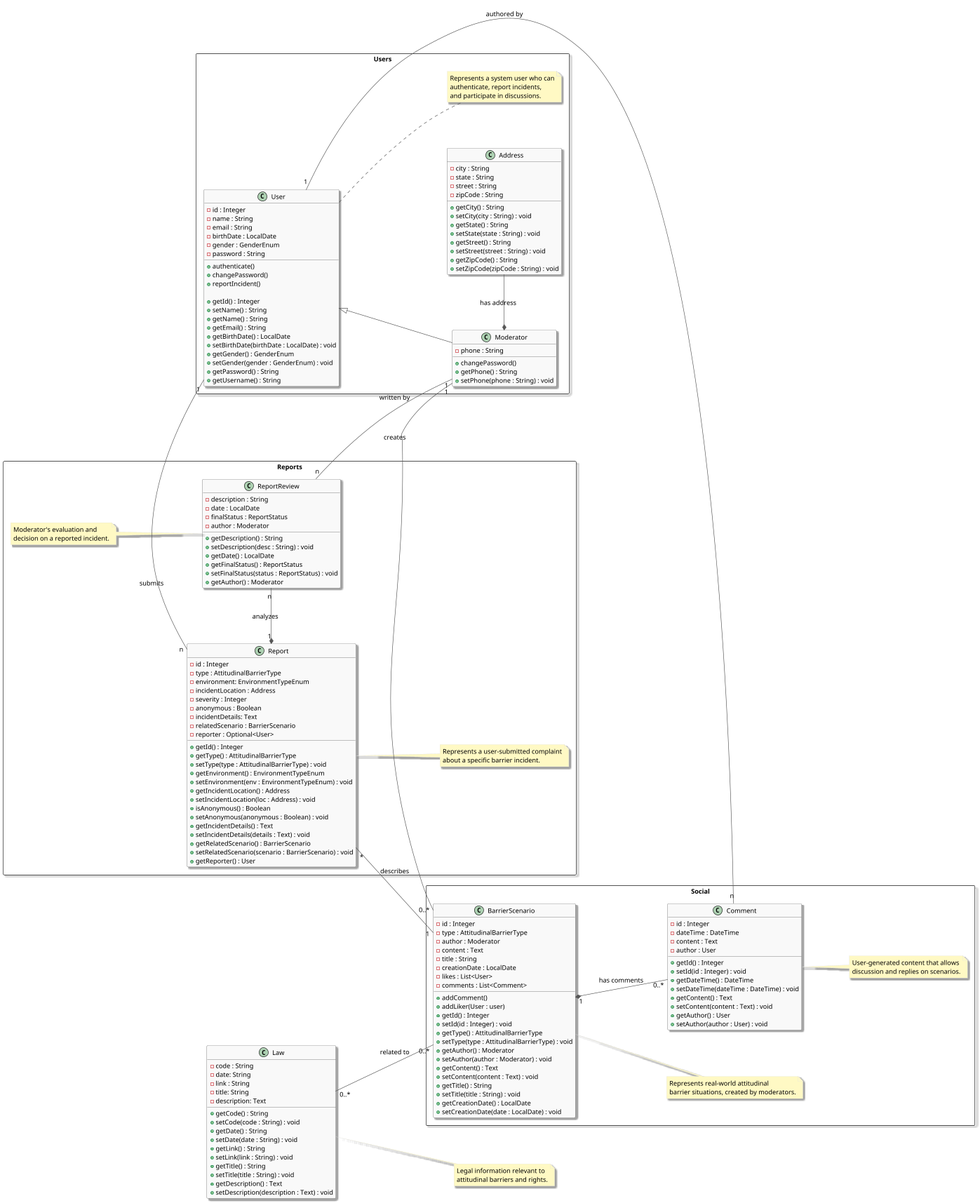
Above: docs/diagrams/class.png in jaderAdriel/denuncie-barreiras (PlantUML), before the change.
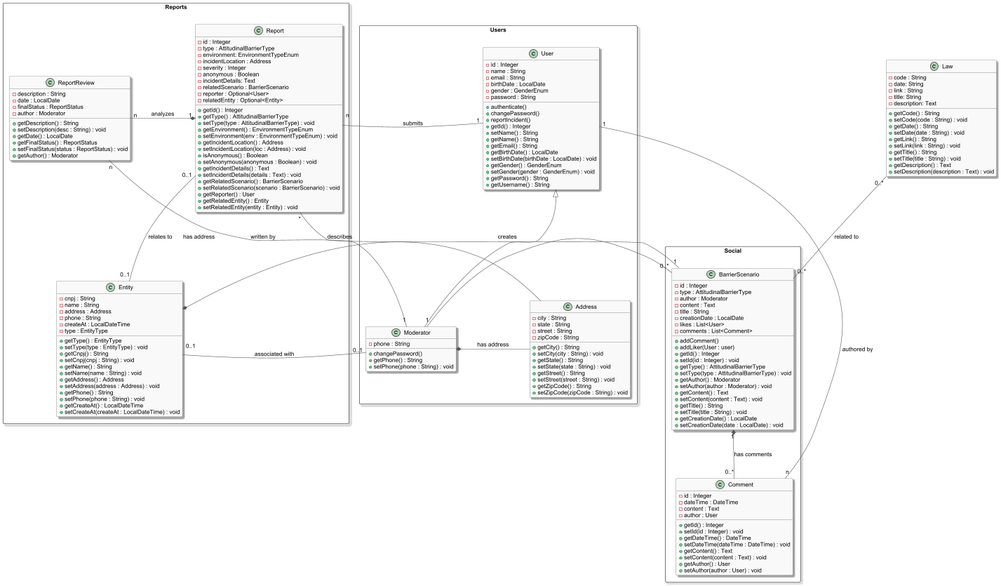
The same file after the commit.

Commit message:
Atualização do PNG de Casos de Uso e Classes

Change to the diagram source:
```diff
@@ -12,7 +12,6 @@
 skinparam defaultFontName "Arial"
 skinparam defaultFontSize 14
 
-left to right direction
 
 package "Users" <<Rectangle>> {
     class User {
@@ -22,11 +21,9 @@
         - birthDate : LocalDate
         - gender : GenderEnum
         - password : String
-
         + authenticate()
         + changePassword()
         + reportIncident()
-
         + getId() : Integer
         + setName() : String
         + getName() : String
@@ -41,7 +38,6 @@
 
     class Moderator {
         - phone : String
-
         + changePassword()
         + getPhone() : String
         + setPhone(phone : String) : void
@@ -52,7 +48,6 @@
         - state : String
         - street : String
         - zipCode : String
-
         + getCity() : String
         + setCity(city : String) : void
         + getState() : String
@@ -62,12 +57,6 @@
         + getZipCode() : String
         + setZipCode(zipCode : String) : void
     }
-
-    note right of User
-        Represents a system user who can
-        authenticate, report incidents,
-        and participate in discussions.
-    end note
 }
 
 package "Social" <<Rectangle>> {
@@ -80,7 +69,6 @@
         - creationDate : LocalDate
         - likes : List<User>
         - comments : List<Comment>
-
         + addComment()
         + addLiker(User : user)
         + getId() : Integer
@@ -102,7 +90,6 @@
         - dateTime : DateTime
         - content : Text
         - author : User
-
         + getId() : Integer
         + setId(id : Integer) : void
         + getDateTime() : DateTime
@@ -112,16 +99,6 @@
         + getAuthor() : User
         + setAuthor(author : User) : void
     }
-
-    note right of BarrierScenario
-        Represents real-world attitudinal
-        barrier situations, created by moderators.
-    end note
-
-    note right of Comment
-        User-generated content that allows
-        discussion and replies on scenarios.
-    end note
 }
 
 class Law {
@@ -130,7 +107,6 @@
     - link : String
     - title: String
     - description: Text
-
     + getCode() : String
     + setCode(code : String) : void
     + getDate() : String
@@ -143,11 +119,6 @@
     + setDescription(description : Text) : void
 }
 
-note right of Law
-    Legal information relevant to
-    attitudinal barriers and rights.
-end note
-
 package "Reports" <<Rectangle>> {
     class Report {
         - id : Integer
@@ -159,7 +130,7 @@
         - incidentDetails: Text
         - relatedScenario : BarrierScenario
         - reporter : Optional<User>
-
+        - relatedEntity : Optional<Entity>
         + getId() : Integer
         + getType() : AttitudinalBarrierType
         + setType(type : AttitudinalBarrierType) : void
@@ -174,17 +145,15 @@
         + getRelatedScenario() : BarrierScenario
         + setRelatedScenario(scenario : BarrierScenario) : void
         + getReporter() : User
+        + getRelatedEntity() : Entity
+        + setRelatedEntity(entity : Entity) : void
     }
-
-
-
 
     class ReportReview {
         - description : String
         - date : LocalDate
         - finalStatus : ReportStatus
         - author : Moderator
-
         + getDescription() : String
         + setDescription(desc : String) : void
         + getDate() : LocalDate
@@ -193,33 +162,39 @@
         + getAuthor() : Moderator
     }
 
-    note right of Report
-        Represents a user-submitted complaint
-        about a specific barrier incident.
-    end note
-
-
-
-    note left of ReportReview
-        Moderator's evaluation and
-        decision on a reported incident.
-    end note
+    class Entity {
+        - cnpj : String
+        - name : String
+        - address : Address
+        - phone : String
+        - createAt : LocalDateTime
+        - type : EntityType
+        + getType() : EntityType
+        + setType(type : EntityType) : void
+        + getCnpj() : String
+        + setCnpj(cnpj : String) : void
+        + getName() : String
+        + setName(name : String) : void
+        + getAddress() : Address
+        + setAddress(address : Address) : void
+        + getPhone() : String
+        + setPhone(phone : String) : void
+        + getCreateAt() : LocalDateTime
+        + setCreateAt(createAt : LocalDateTime) : void
+    }
 }
 
 User <|-- Moderator
-
 User "1" -- "n" Report : "submits"
-
 ReportReview "n" -- "1" Moderator : "written by"
 ReportReview "n" -* "1" Report : "analyzes"
-
 Comment "n" -- "1" User : "authored by"
-
 Moderator *- Address : "has address"
 Moderator "1" -- "0..*" BarrierScenario : "creates"
-
 Report "*" -- "1" BarrierScenario : "describes"
 BarrierScenario "1" *-- "0..*" Comment : "has comments"
 Law "0..*" -- "0..*" BarrierScenario : "related to"
-
+Report "0..1" -- "0..1" Entity : "relates to"
+Entity *- Address : "has address"
+Moderator "0..1" -- "0..1" Entity : "associated with"
 @enduml
```
